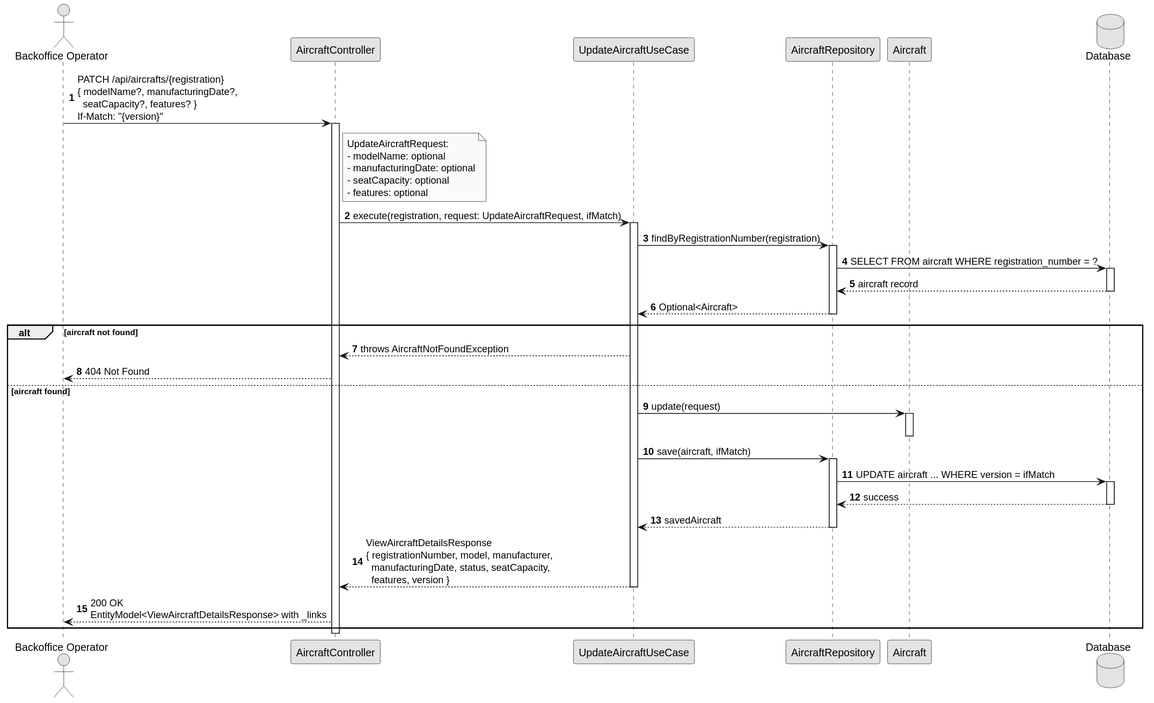
Earlier version of the PlantUML export docs/system-documentation/use-cases/EXTRAS/UpdateAircraftUseCase/svg/sd_us106.svg (VascoMagolo/psoft_1231562_1241692_1242036_2db).
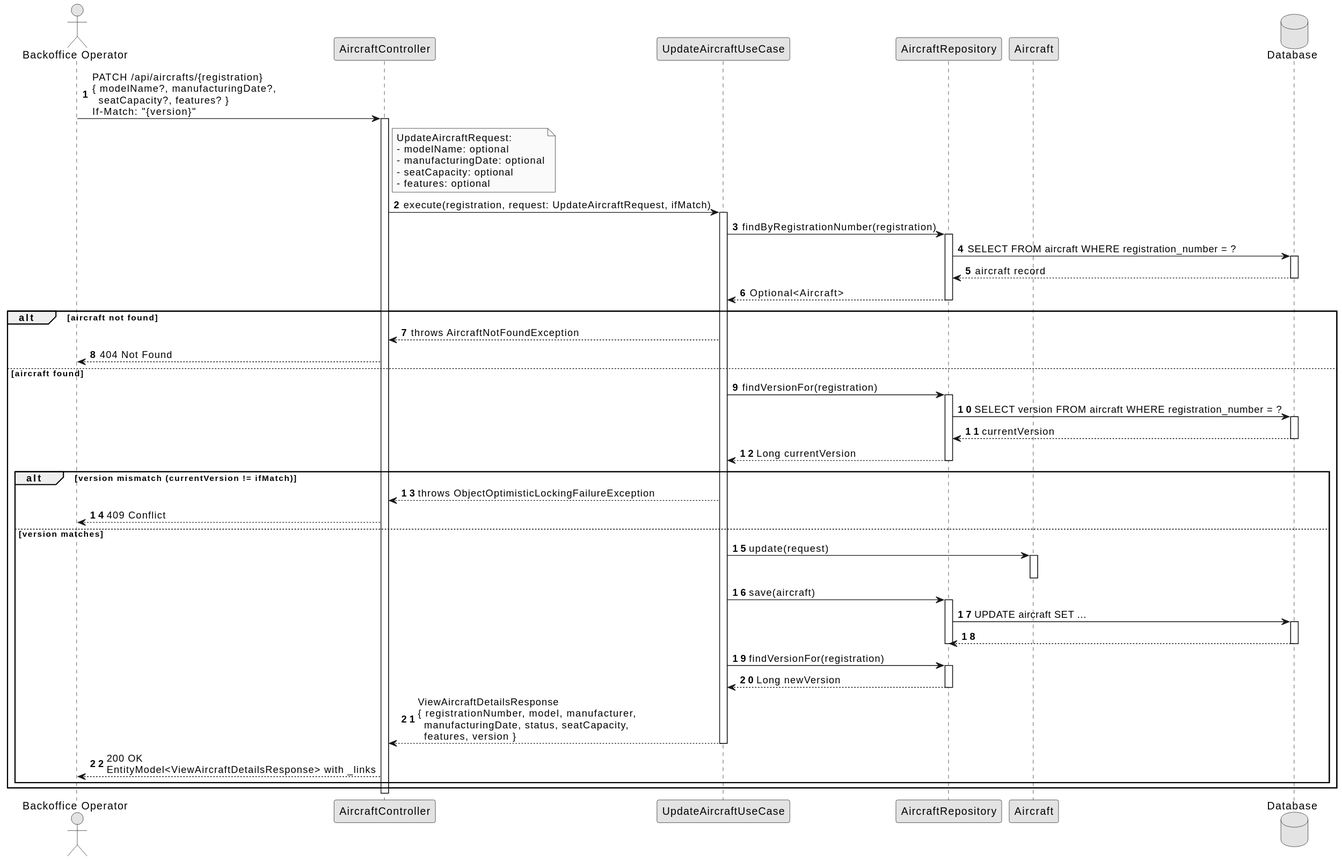
The same diagram one commit later.

What changed in the source:
```diff
@@ -38,20 +38,36 @@
     UC --> Ctrl : throws AircraftNotFoundException
     Ctrl --> BO : 404 Not Found
 else aircraft found
-    UC -> Aircraft : update(request)
-    activate Aircraft
-    deactivate Aircraft
-    UC -> Repo : save(aircraft, ifMatch)
+    UC -> Repo : findVersionFor(registration)
     activate Repo
-    Repo -> DB : UPDATE aircraft ... WHERE version = ifMatch
+    Repo -> DB : SELECT version FROM aircraft WHERE registration_number = ?
     activate DB
-    DB --> Repo : success
+    DB --> Repo : currentVersion
     deactivate DB
-    Repo --> UC : savedAircraft
+    Repo --> UC : Long currentVersion
     deactivate Repo
-    UC --> Ctrl : ViewAircraftDetailsResponse\n{ registrationNumber, model, manufacturer,\n  manufacturingDate, status, seatCapacity,\n  features, version }
-    deactivate UC
-    Ctrl --> BO : 200 OK\nEntityModel<ViewAircraftDetailsResponse> with _links
+    alt version mismatch (currentVersion != ifMatch)
+        UC --> Ctrl : throws ObjectOptimisticLockingFailureException
+        Ctrl --> BO : 409 Conflict
+    else version matches
+        UC -> Aircraft : update(request)
+        activate Aircraft
+        deactivate Aircraft
+        UC -> Repo : save(aircraft)
+        activate Repo
+        Repo -> DB : UPDATE aircraft SET ...
+        activate DB
+        DB --> Repo
+        deactivate DB
+        deactivate Repo
+        UC -> Repo : findVersionFor(registration)
+        activate Repo
+        Repo --> UC : Long newVersion
+        deactivate Repo
+        UC --> Ctrl : ViewAircraftDetailsResponse\n{ registrationNumber, model, manufacturer,\n  manufacturingDate, status, seatCapacity,\n  features, version }
+        deactivate UC
+        Ctrl --> BO : 200 OK\nEntityModel<ViewAircraftDetailsResponse> with _links
+    end
 end
 
 deactivate Ctrl
```
